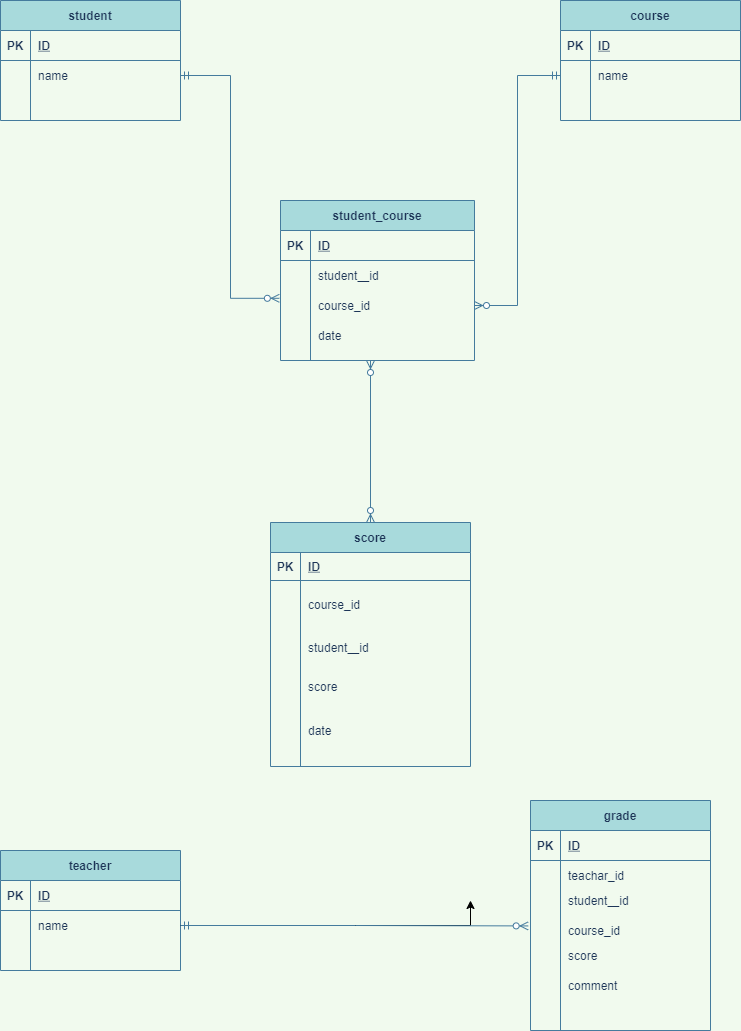
a1086yn5974/coachtech-er-test keeps this draw.io diagram as test.drawio.png. Above is the earlier version. Source tidied: cells renumbered, new cells last; positions are measured from the earlier drawing's top-left corner, leaving out a move shared by most shapes.
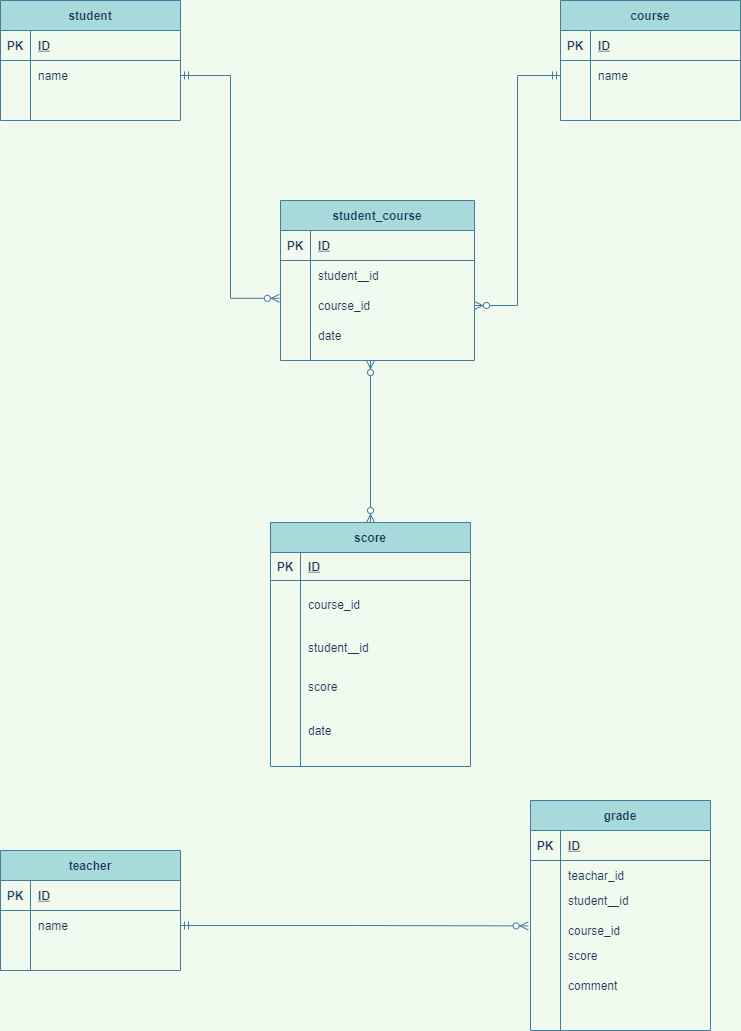
The same file after the commit.

Diff of the diagram source:
```diff
@@ -226,11 +226,6 @@
         <mxPoint x="370" y="360" as="sourcePoint" />
       </mxGeometry>
     </mxCell>
-    <mxCell id="76" style="edgeStyle=orthogonalEdgeStyle;rounded=0;jettySize=auto;html=1;" parent="1" edge="1" source="62">
-      <mxGeometry relative="1" as="geometry">
-        <mxPoint x="470" y="900" as="targetPoint" />
-      </mxGeometry>
-    </mxCell>
     <mxCell id="77" style="edgeStyle=orthogonalEdgeStyle;rounded=0;jettySize=auto;html=1;entryX=-0.013;entryY=0.253;entryDx=0;entryDy=0;entryPerimeter=0;startArrow=ERmandOne;startFill=0;endArrow=ERzeroToMany;endFill=1;labelBackgroundColor=#F1FAEE;strokeColor=#457B9D;fontColor=#1D3557;exitX=1;exitY=0.5;exitDx=0;exitDy=0;" parent="1" edge="1" source="62" target="55">
       <mxGeometry relative="1" as="geometry" />
     </mxCell>
```
